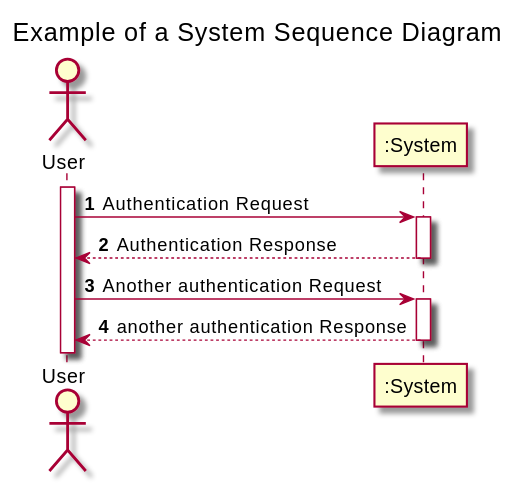
This is docs/Sprint3/US030/US030-SSD.svg from nunogon1211787/projectManagement, a PlantUML export, as it was before one commit.
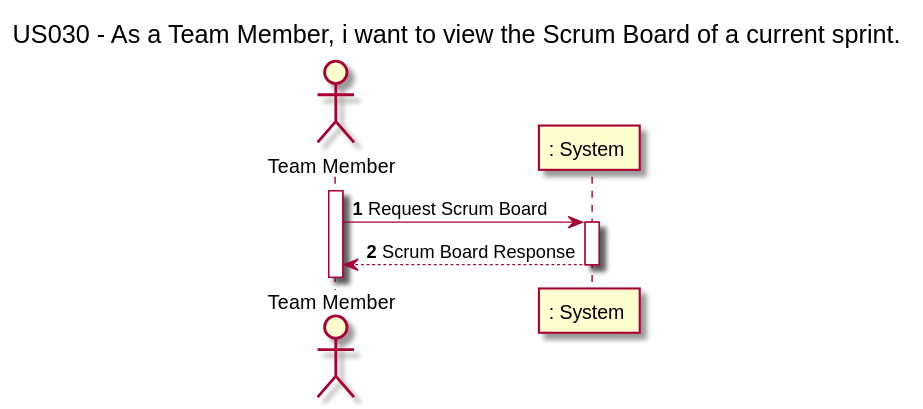
Above is the later version.

Commit message:
US030 SSD creation

What changed in the source:
```diff
@@ -1,18 +1,18 @@
 @startuml
 
-title Example of a System Sequence Diagram
+title US030 - As a Team Member, i want to view the Scrum Board of a current sprint.
 
 autoactivate on
 autonumber
 
-actor "User" as User
-participant ":System" as System
+actor "Team Member" as TeamMember
 
-activate User
+participant ": System " as System
 
-User -> System: Authentication Request
-System --> User: Authentication Response
+activate TeamMember
 
-User -> System: Another authentication Request
-User <-- System: another authentication Response
+TeamMember -> System: Request Scrum Board
+System --> TeamMember: Scrum Board Response
+
+
 @enduml
```
